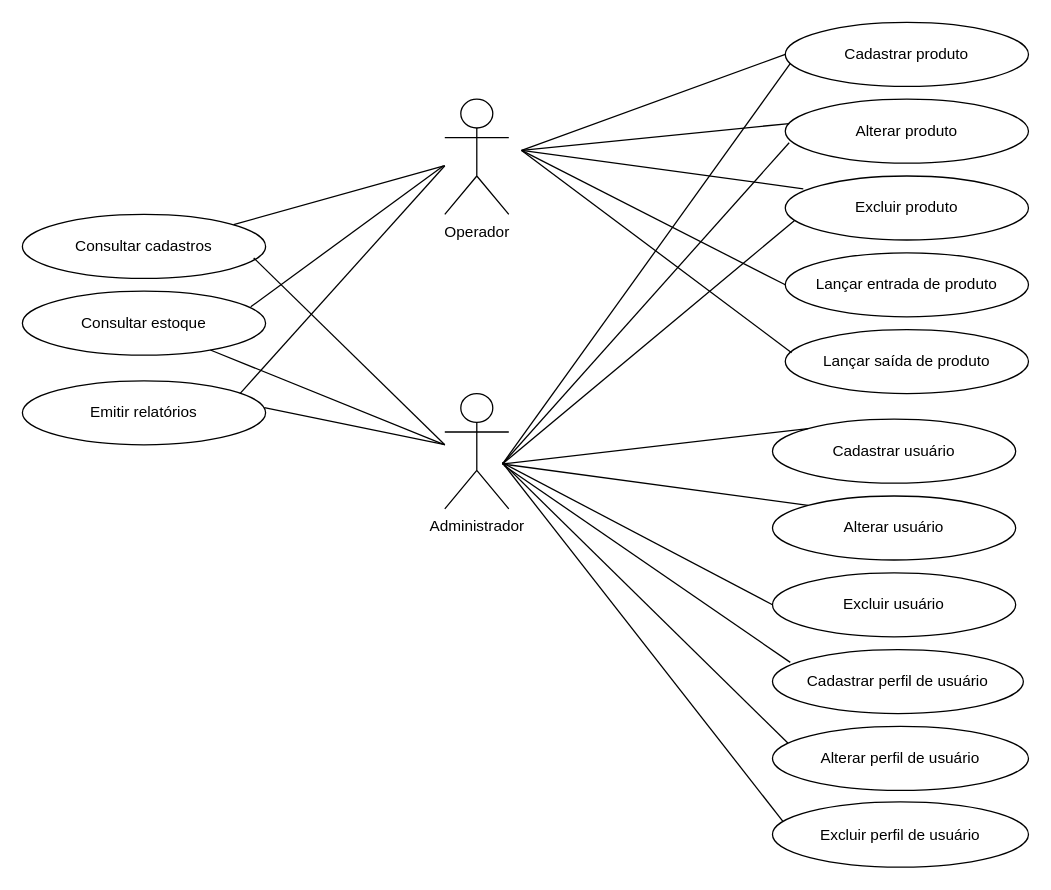
This is back-end/projects/SGE/Diagrama sem nome.drawio from diguima/cursos, a draw.io file, before an edit. Source tidied: cells renumbered, new cells numbered last; positions are measured from the earlier drawing's top-left corner, leaving out a move shared by most shapes. Both pictures are drawn from the tidied source at 128%, with x=0, y=0 at pixel (22, 22).
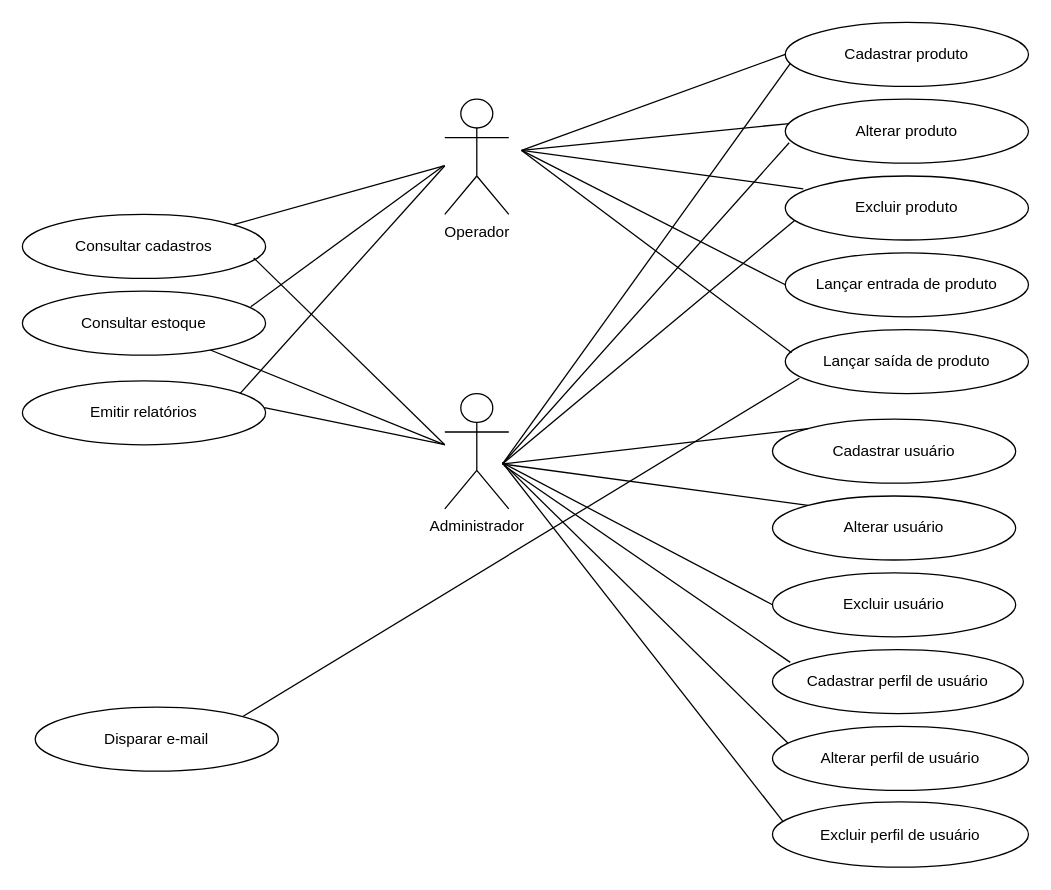
The same page after the edit.

Unchanged cells that the change refers to:
```xml
<mxCell id="17" value="Lançar saída de produto" style="ellipse;whiteSpace=wrap;html=1;" parent="1" vertex="1">
  <mxGeometry x="596" y="240" width="190" height="50" as="geometry" />
</mxCell>
```

What changed in the source:
```diff
@@
+    <mxCell id="38" style="endArrow=none;html=1;rounded=0;entryX=0.058;entryY=0.76;entryDx=0;entryDy=0;entryPerimeter=0;exitX=1;exitY=0;exitDx=0;exitDy=0;" parent="1" edge="1" source="39" target="17">
+      <mxGeometry relative="1" as="geometry" />
+    </mxCell>
+    <mxCell id="39" value="Disparar e-mail" style="ellipse;whiteSpace=wrap;html=1;" parent="1" vertex="1">
+      <mxGeometry x="10" y="535" width="190" height="50" as="geometry" />
+    </mxCell>
```
